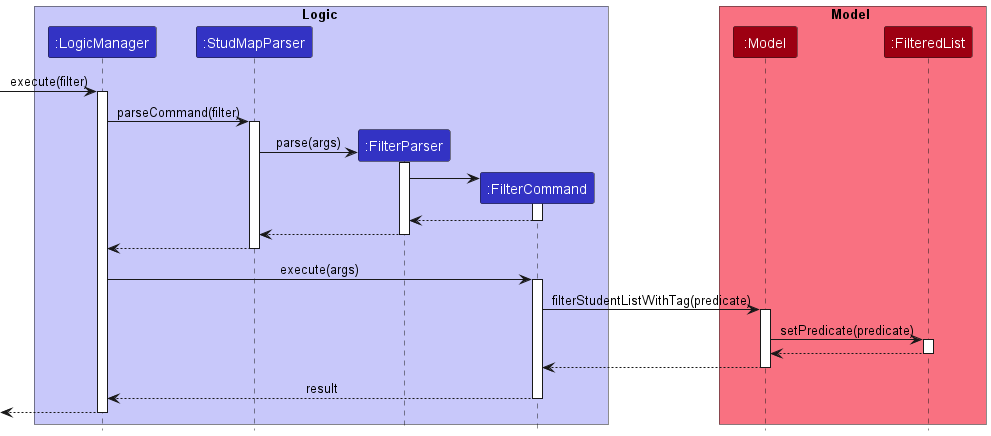
Earlier version of the PlantUML export docs/images/diagrams/FilterCommandSequenceDiagram.png (nus-cs2103-AY2223S1/tp).
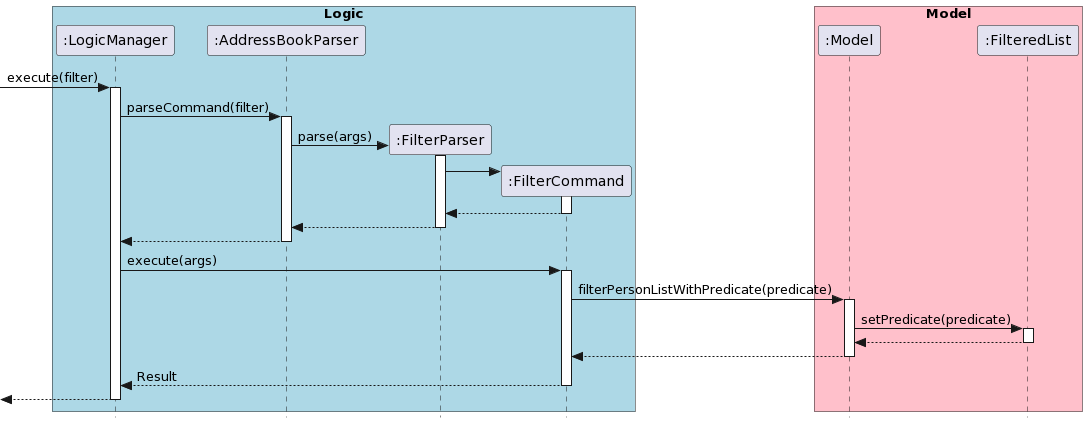
After the commit.

Change to the diagram source:
```diff
@@ -1,16 +1,15 @@
 @startuml
-!include style.puml
-
-box Logic LOGIC_COLOR_T1
-participant ":LogicManager" as LM LOGIC_COLOR
-participant ":StudMapParser" as ABParser LOGIC_COLOR
-participant ":FilterParser" as FParser LOGIC_COLOR
-participant ":FilterCommand" as FilterCommand LOGIC_COLOR
+skinparam style strictuml
+box "Logic" #LightBlue
+participant ":LogicManager" as LM
+participant ":AddressBookParser" as ABParser
+participant ":FilterParser" as FParser
+participant ":FilterCommand" as FilterCommand
 end box
 
-box Model MODEL_COLOR_T1
-participant ":Model" as Model MODEL_COLOR
-participant ":FilteredList" as FL MODEL_COLOR
+box "Model" #Pink
+participant ":Model" as Model
+participant ":FilteredList" as FL
 end box
 
 [-> LM : execute(filter)
@@ -37,7 +36,7 @@
 LM -> FilterCommand : execute(args)
 activate FilterCommand
 
-FilterCommand -> Model : filterStudentListWithTag(predicate)
+FilterCommand -> Model : filterPersonListWithPredicate(predicate)
 activate Model
 
 Model -> FL : setPredicate(predicate)
@@ -49,7 +48,7 @@
 Model --> FilterCommand
 deactivate Model
 
-FilterCommand --> LM : result
+FilterCommand --> LM : Result
 deactivate FilterCommand
 
 [<--LM
```
